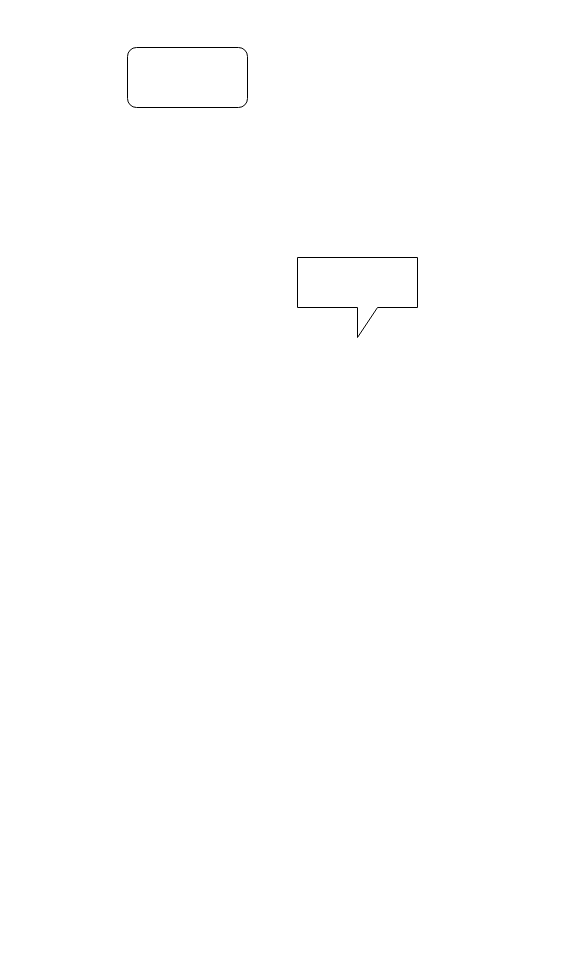
Before: files/Untitled Diagram.drawio in doggod999/draw, a draw.io diagram. Source tidied: cells renumbered, new cells numbered last; positions are measured from the earlier drawing's top-left corner, leaving out a move shared by most shapes. Both pictures are drawn from the tidied source at 100%, with x=0, y=0 at pixel (127, 47).
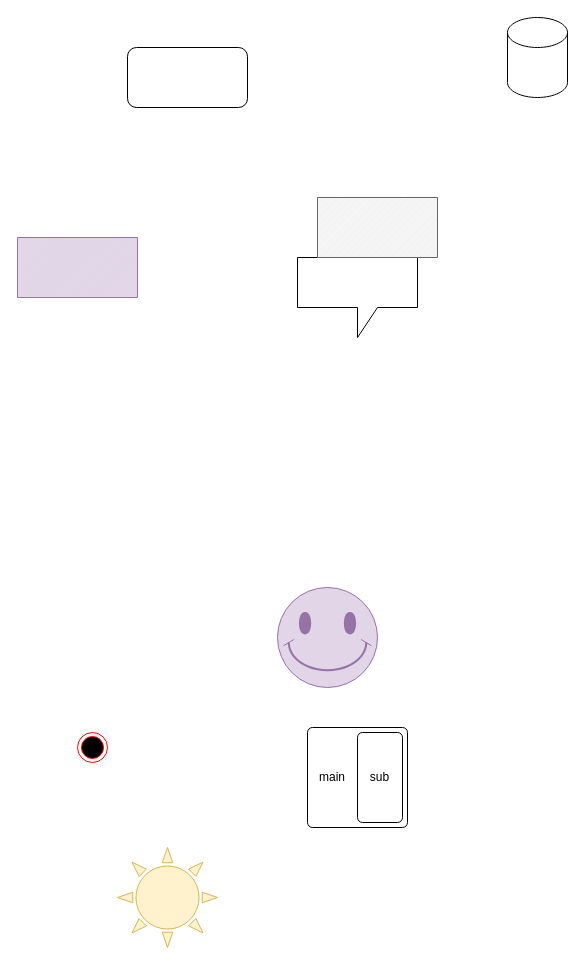
The same diagram, later.

Diff of the diagram source:
```diff
@@
 <mxGraphModel>
   <root>
     <mxCell id="0" />
     <mxCell id="1" parent="0" />
     <mxCell id="2" style="rounded=1;whiteSpace=wrap;html=1;" parent="1" vertex="1">
       <mxGeometry width="120" height="60" as="geometry" />
     </mxCell>
     <mxCell id="3" style="shape=callout;whiteSpace=wrap;html=1;perimeter=calloutPerimeter;" parent="1" vertex="1">
       <mxGeometry x="170" y="210" width="120" height="80" as="geometry" />
     </mxCell>
+    <mxCell id="4" style="shape=cylinder3;whiteSpace=wrap;html=1;boundedLbl=1;backgroundOutline=1;size=15;" parent="1" vertex="1">
+      <mxGeometry x="380" y="-30" width="60" height="80" as="geometry" />
+    </mxCell>
+    <mxCell id="5" style="verticalLabelPosition=bottom;verticalAlign=top;html=1;shape=mxgraph.basic.patternFillRect;fillStyle=diag;step=5;fillStrokeWidth=0.2;fillStrokeColor=#dddddd;fillColor=#e1d5e7;strokeColor=#9673a6;" parent="1" vertex="1">
+      <mxGeometry x="-110" y="190" width="120" height="60" as="geometry" />
+    </mxCell>
+    <mxCell id="6" style="verticalLabelPosition=bottom;verticalAlign=top;html=1;shape=mxgraph.basic.patternFillRect;fillStyle=diag;step=5;fillStrokeWidth=0.2;fillStrokeColor=#dddddd;fillColor=#f5f5f5;fontColor=#333333;strokeColor=#666666;" parent="1" vertex="1">
+      <mxGeometry x="190" y="150" width="120" height="60" as="geometry" />
+    </mxCell>
+    <mxCell id="7" style="verticalLabelPosition=bottom;verticalAlign=top;html=1;shape=mxgraph.basic.smiley;fillColor=#e1d5e7;strokeColor=#9673a6;" parent="1" vertex="1">
+      <mxGeometry x="150" y="540" width="100" height="100" as="geometry" />
+    </mxCell>
+    <mxCell id="8" style="verticalLabelPosition=bottom;verticalAlign=top;html=1;shape=mxgraph.basic.sun;fillColor=#fff2cc;strokeColor=#d6b656;" parent="1" vertex="1">
+      <mxGeometry x="-10" y="800" width="100" height="100" as="geometry" />
+    </mxCell>
+    <mxCell id="9" style="rounded=1;absoluteArcSize=1;html=1;arcSize=10;" parent="1" vertex="1">
+      <mxGeometry x="180" y="680" width="100" height="100" as="geometry" />
+    </mxCell>
+    <mxCell id="10" value="main" style="html=1;shape=mxgraph.er.anchor;whiteSpace=wrap;" parent="9" vertex="1">
+      <mxGeometry width="50" height="100" as="geometry" />
+    </mxCell>
+    <mxCell id="11" value="sub" style="rounded=1;absoluteArcSize=1;html=1;arcSize=10;whiteSpace=wrap;strokeColor=inherit;fillColor=inherit;" parent="9" vertex="1">
+      <mxGeometry x="50" y="5" width="45" height="90" as="geometry" />
+    </mxCell>
+    <mxCell id="12" style="ellipse;html=1;shape=endState;fillColor=#000000;strokeColor=#ff0000;" parent="1" vertex="1">
+      <mxGeometry x="-50" y="685" width="30" height="30" as="geometry" />
+    </mxCell>
   </root>
 </mxGraphModel>
```
